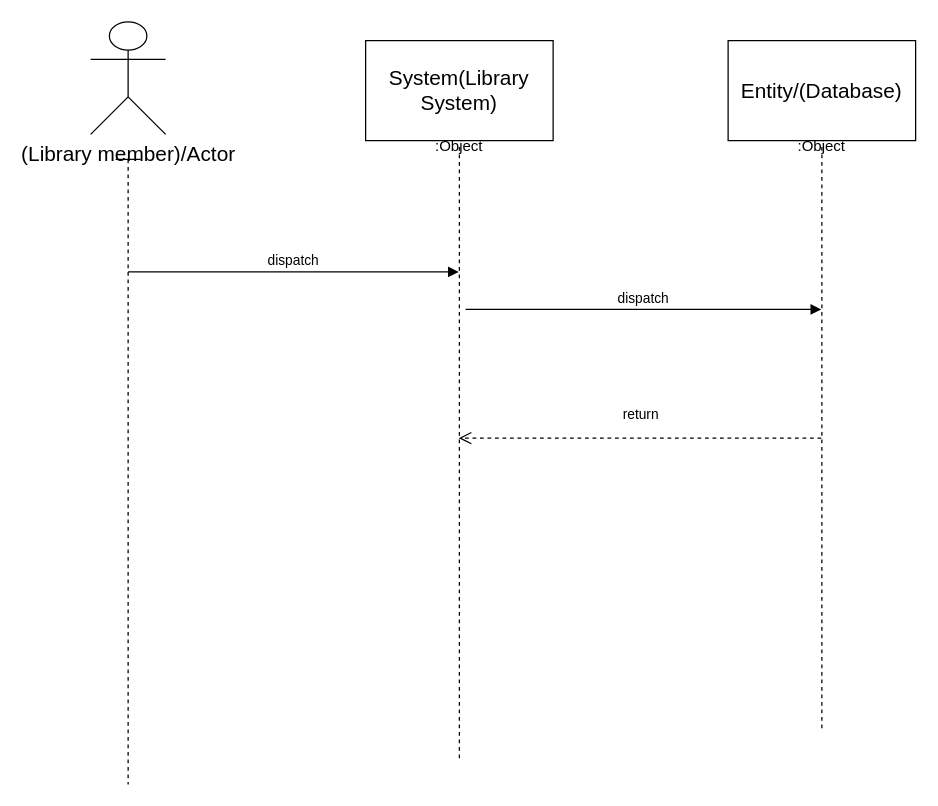
Before: Untitled Diagram.drawio in namithaprasad5/Sales_Predictor, a draw.io diagram. Source tidied: cells renumbered, new cells numbered last; positions are measured from the earlier drawing's top-left corner, leaving out a move shared by most shapes. Both pictures are drawn from the tidied source at 125%, with x=0, y=0 at pixel (90, 21).
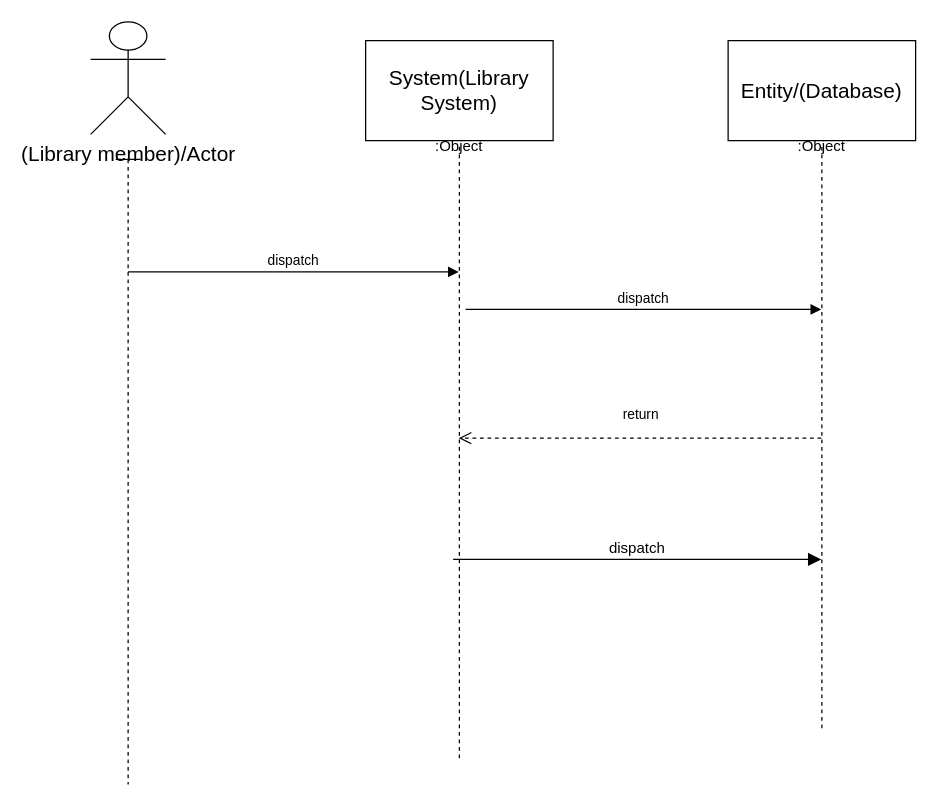
The same diagram, later.

What changed in the source:
```diff
@@
 <mxGraphModel>
   <root>
     <mxCell id="0" />
     <mxCell id="1" parent="0" />
     <mxCell id="2" value="&lt;span data-lucid-content=&quot;{&amp;quot;t&amp;quot;:&amp;quot;(Library member)/Actor&amp;quot;,&amp;quot;m&amp;quot;:[{&amp;quot;s&amp;quot;:0,&amp;quot;n&amp;quot;:&amp;quot;c&amp;quot;,&amp;quot;v&amp;quot;:&amp;quot;#000000ff&amp;quot;,&amp;quot;e&amp;quot;:22},{&amp;quot;s&amp;quot;:0,&amp;quot;n&amp;quot;:&amp;quot;fsp&amp;quot;,&amp;quot;v&amp;quot;:&amp;quot;ss_presetShapeStyle1_textStyle&amp;quot;,&amp;quot;e&amp;quot;:22},{&amp;quot;s&amp;quot;:0,&amp;quot;n&amp;quot;:&amp;quot;s&amp;quot;,&amp;quot;v&amp;quot;:22.22222222222222,&amp;quot;e&amp;quot;:22}]}&quot;&gt;&lt;span style=&quot;font-size: 16.6667px;&quot;&gt;(Library member)/Actor&lt;/span&gt;&lt;/span&gt;" style="shape=umlActor;verticalLabelPosition=bottom;verticalAlign=top;html=1;" parent="1" vertex="1">
       <mxGeometry width="60" height="90" as="geometry" />
     </mxCell>
     <mxCell id="3" value="&lt;span data-lucid-content=&quot;{&amp;quot;t&amp;quot;:&amp;quot;System(Library System)&amp;quot;,&amp;quot;m&amp;quot;:[{&amp;quot;s&amp;quot;:0,&amp;quot;n&amp;quot;:&amp;quot;s&amp;quot;,&amp;quot;v&amp;quot;:22.22222222222222,&amp;quot;e&amp;quot;:22},{&amp;quot;s&amp;quot;:0,&amp;quot;n&amp;quot;:&amp;quot;fsp&amp;quot;,&amp;quot;v&amp;quot;:&amp;quot;ss_presetShapeStyle1_textStyle&amp;quot;,&amp;quot;e&amp;quot;:22},{&amp;quot;s&amp;quot;:0,&amp;quot;n&amp;quot;:&amp;quot;fsp2&amp;quot;,&amp;quot;v&amp;quot;:&amp;quot;ss_presetShapeStyle1_textStyle&amp;quot;,&amp;quot;e&amp;quot;:22}]}&quot;&gt;&lt;span style=&quot;font-size: 16.6667px;&quot;&gt;System(Library System)&lt;/span&gt;&lt;/span&gt;" style="html=1;whiteSpace=wrap;" parent="1" vertex="1">
       <mxGeometry x="220" y="15" width="150" height="80" as="geometry" />
     </mxCell>
     <mxCell id="4" value="&lt;span data-lucid-content=&quot;{&amp;quot;t&amp;quot;:&amp;quot;Entity/(Database)&amp;quot;,&amp;quot;m&amp;quot;:[{&amp;quot;s&amp;quot;:0,&amp;quot;n&amp;quot;:&amp;quot;s&amp;quot;,&amp;quot;v&amp;quot;:22.22222222222222,&amp;quot;e&amp;quot;:17},{&amp;quot;s&amp;quot;:0,&amp;quot;n&amp;quot;:&amp;quot;fsp&amp;quot;,&amp;quot;v&amp;quot;:&amp;quot;ss_presetShapeStyle1_textStyle&amp;quot;,&amp;quot;e&amp;quot;:17}]}&quot;&gt;&lt;span style=&quot;font-size:16.666666666666664px;&quot;&gt;Entity/(Database)&lt;/span&gt;&lt;/span&gt;" style="html=1;whiteSpace=wrap;" parent="1" vertex="1">
       <mxGeometry x="510" y="15" width="150" height="80" as="geometry" />
     </mxCell>
     <mxCell id="5" value=":Object" style="shape=umlLifeline;perimeter=lifelinePerimeter;whiteSpace=wrap;html=1;outlineConnect=0;portConstraint=eastwest;newEdgeStyle={&quot;curved&quot;:0,&quot;rounded&quot;:0};size=0;" parent="1" vertex="1">
       <mxGeometry x="245" y="100" width="100" height="490" as="geometry" />
     </mxCell>
     <mxCell id="6" value=":Object" style="shape=umlLifeline;perimeter=lifelinePerimeter;whiteSpace=wrap;html=1;outlineConnect=0;portConstraint=eastwest;newEdgeStyle={&quot;curved&quot;:0,&quot;rounded&quot;:0};size=0;" parent="1" vertex="1">
       <mxGeometry x="535" y="100" width="100" height="466" as="geometry" />
     </mxCell>
     <mxCell id="7" style="shape=umlLifeline;perimeter=lifelinePerimeter;whiteSpace=wrap;html=1;newEdgeStyle={&quot;curved&quot;:0,&quot;rounded&quot;:0};participant=umlActor;size=0;" parent="1" vertex="1">
       <mxGeometry x="20" y="110" width="20" height="500" as="geometry" />
     </mxCell>
     <mxCell id="8" value="dispatch" style="html=1;verticalAlign=bottom;endArrow=block;curved=0;rounded=0;" parent="1" edge="1" target="5">
       <mxGeometry relative="1" as="geometry">
         <mxPoint x="30" y="200" as="sourcePoint" />
       </mxGeometry>
     </mxCell>
     <mxCell id="9" value="dispatch" style="html=1;verticalAlign=bottom;endArrow=block;curved=0;rounded=0;" parent="1" edge="1" target="6">
       <mxGeometry relative="1" as="geometry">
         <mxPoint x="300" y="230" as="sourcePoint" />
       </mxGeometry>
     </mxCell>
     <mxCell id="10" value="return" style="html=1;verticalAlign=bottom;endArrow=open;dashed=1;endSize=8;curved=0;rounded=0;" parent="1" edge="1" source="6" target="5">
       <mxGeometry y="-10" relative="1" as="geometry" />
     </mxCell>
+    <mxCell id="11" value="dispatch" style="html=1;verticalAlign=bottom;endArrow=block;curved=0;rounded=0;fontSize=12;startSize=8;endSize=8;" parent="1" edge="1" target="6">
+      <mxGeometry relative="1" as="geometry">
+        <mxPoint x="290" y="430" as="sourcePoint" />
+      </mxGeometry>
+    </mxCell>
   </root>
 </mxGraphModel>
```
